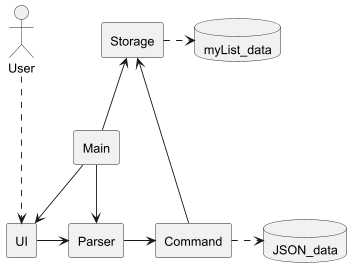
nus-cs2113-AY2425S1/tp keeps this PlantUML diagram as docs/images/ArchitectureDiagram.png. Above is the earlier version.
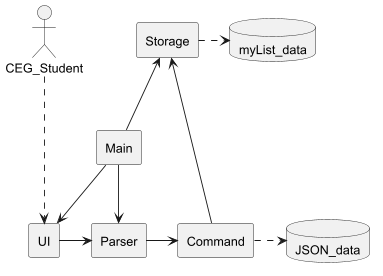
Above is the later version.

The edit, as a diff of the source:
```diff
@@ -2,7 +2,7 @@
 
 skinparam componentStyle rectangle
 
-actor User
+actor CEG_Student
 database myList_data
 database JSON_data
 
@@ -12,7 +12,7 @@
 component Storage
 component Command
 
-User -down.-> UI
+CEG_Student -down.-> UI
 UI -right-> Parser
 
 Main -down-> Parser
```
